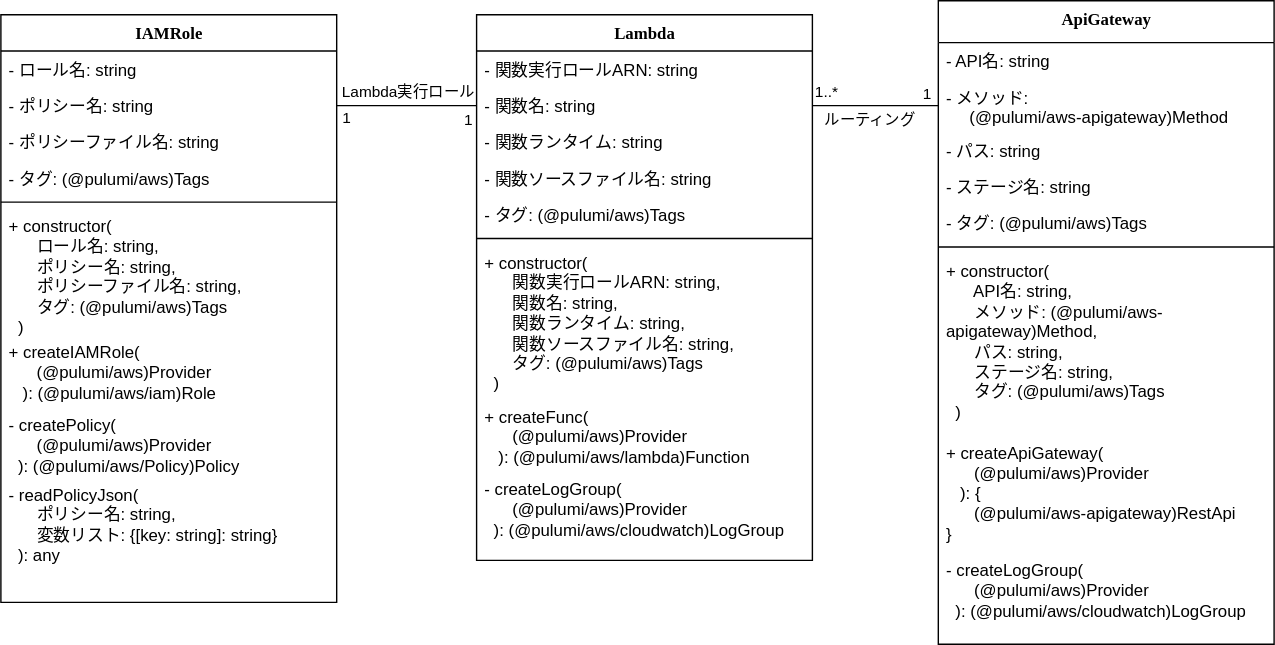
Earlier version of the draw.io export .docs/PicToTextInfraClass.drawio.svg (takata-kento/InfraPicToTxt). Source tidied: cells renumbered, new cells last; positions are measured from the earlier drawing's top-left corner, leaving out a move shared by most shapes.
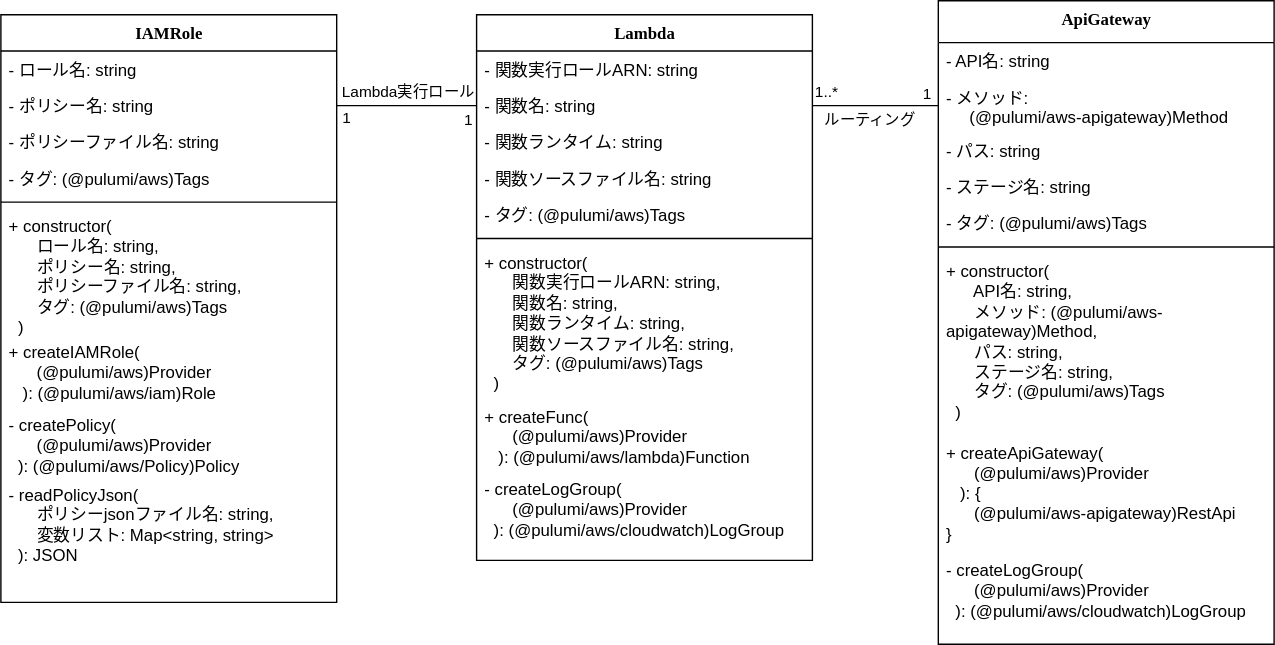
The same file after the commit.

Commit message:
設計資料の更新

The edit, as a diff of the source:
```diff
@@ -117,7 +117,7 @@
     <mxCell id="36" value="- createPolicy(&lt;div&gt;&amp;nbsp; &amp;nbsp; &amp;nbsp; (@pulumi/aws)Provider&lt;/div&gt;&lt;div&gt;&amp;nbsp; ):&amp;nbsp;&lt;span style=&quot;background-color: initial;&quot;&gt;(@pulumi/aws/Policy)Policy&lt;/span&gt;&lt;/div&gt;" style="text;html=1;strokeColor=none;fillColor=none;align=left;verticalAlign=top;spacingLeft=4;spacingRight=4;whiteSpace=wrap;overflow=hidden;" parent="28" vertex="1">
       <mxGeometry y="280" width="240" height="50" as="geometry" />
     </mxCell>
-    <mxCell id="37" value="- readPolicyJson(&lt;div&gt;&amp;nbsp; &amp;nbsp; &amp;nbsp; ポリシー名: string,&lt;/div&gt;&lt;div&gt;&lt;span style=&quot;background-color: initial;&quot;&gt;&amp;nbsp; &amp;nbsp; &amp;nbsp; 変数リスト: {[key: string]: string}&lt;/span&gt;&lt;/div&gt;&lt;div&gt;&lt;span style=&quot;background-color: initial;&quot;&gt;&amp;nbsp; ): any&lt;/span&gt;&lt;/div&gt;" style="text;html=1;strokeColor=none;fillColor=none;align=left;verticalAlign=top;spacingLeft=4;spacingRight=4;whiteSpace=wrap;overflow=hidden;" parent="28" vertex="1">
+    <mxCell id="37" value="- readPolicyJson(&lt;div&gt;&amp;nbsp; &amp;nbsp; &amp;nbsp; ポリシーjsonファイル名: string,&lt;/div&gt;&lt;div&gt;&lt;span style=&quot;background-color: initial;&quot;&gt;&amp;nbsp; &amp;nbsp; &amp;nbsp; 変数リスト: Map&amp;lt;string, string&amp;gt;&lt;/span&gt;&lt;/div&gt;&lt;div&gt;&lt;span style=&quot;background-color: initial;&quot;&gt;&amp;nbsp; ): JSON&lt;/span&gt;&lt;/div&gt;" style="text;html=1;strokeColor=none;fillColor=none;align=left;verticalAlign=top;spacingLeft=4;spacingRight=4;whiteSpace=wrap;overflow=hidden;" parent="28" vertex="1">
       <mxGeometry y="330" width="240" height="70" as="geometry" />
     </mxCell>
     <mxCell id="38" style="endArrow=none;html=1;rounded=0;exitX=1;exitY=0.5;exitDx=0;exitDy=0;entryX=0;entryY=0.5;entryDx=0;entryDy=0;" parent="1" edge="1" source="30" target="4">
```
